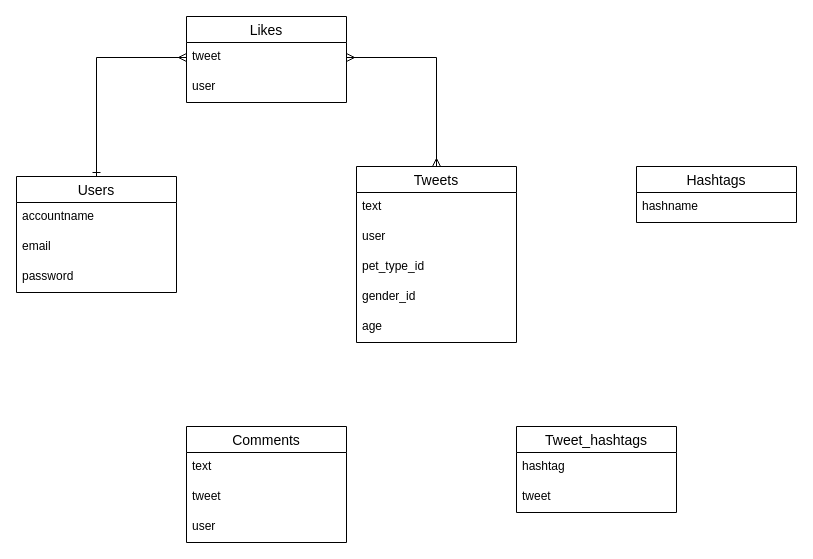
tomomi94/uchinoko-gram keeps this draw.io diagram as uchinoko-gram.dio. Above is the earlier version. Source tidied: cells renumbered, new cells numbered last; positions are measured from the earlier drawing's top-left corner, leaving out a move shared by most shapes. Both pictures are drawn from the tidied source at 100%, with x=0, y=0 at pixel (16, 16).
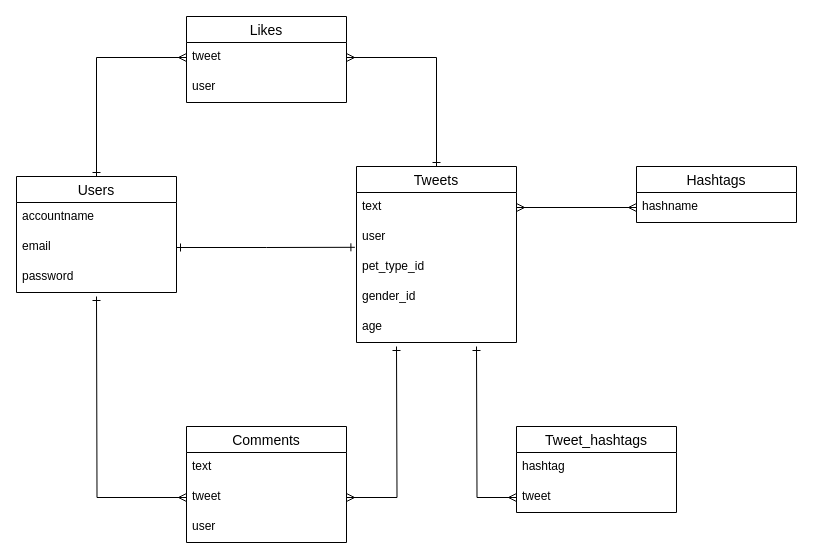
The same diagram, later.

Unchanged cells that the change refers to:
```xml
<mxCell id="3" value="tweet" style="text;strokeColor=none;fillColor=none;spacingLeft=4;spacingRight=4;overflow=hidden;points=[[0,0.5],[1,0.5]];portConstraint=eastwest;fontSize=12;" parent="2" vertex="1">
  <mxGeometry y="26" width="160" height="30" as="geometry" />
</mxCell>
<mxCell id="5" value="Tweets" style="swimlane;fontStyle=0;horizontal=1;startSize=26;align=center;fontSize=14;" parent="1" vertex="1">
  <mxGeometry x="340" y="150" width="160" height="176" as="geometry" />
</mxCell>
<mxCell id="6" value="text" style="text;strokeColor=none;fillColor=none;spacingLeft=4;spacingRight=4;overflow=hidden;points=[[0,0.5],[1,0.5]];portConstraint=eastwest;fontSize=12;" parent="5" vertex="1">
  <mxGeometry y="26" width="160" height="30" as="geometry" />
</mxCell>
<mxCell id="7" value="user" style="text;strokeColor=none;fillColor=none;spacingLeft=4;spacingRight=4;overflow=hidden;points=[[0,0.5],[1,0.5]];portConstraint=eastwest;fontSize=12;" parent="5" vertex="1">
  <mxGeometry y="56" width="160" height="30" as="geometry" />
</mxCell>
<mxCell id="12" value="hashname" style="text;strokeColor=none;fillColor=none;spacingLeft=4;spacingRight=4;overflow=hidden;points=[[0,0.5],[1,0.5]];portConstraint=eastwest;fontSize=12;" parent="11" vertex="1">
  <mxGeometry y="26" width="160" height="30" as="geometry" />
</mxCell>
<mxCell id="16" value="email" style="text;strokeColor=none;fillColor=none;spacingLeft=4;spacingRight=4;overflow=hidden;points=[[0,0.5],[1,0.5]];portConstraint=eastwest;fontSize=12;" parent="14" vertex="1">
  <mxGeometry y="56" width="160" height="30" as="geometry" />
</mxCell>
<mxCell id="20" value="tweet" style="text;strokeColor=none;fillColor=none;spacingLeft=4;spacingRight=4;overflow=hidden;points=[[0,0.5],[1,0.5]];portConstraint=eastwest;fontSize=12;" parent="18" vertex="1">
  <mxGeometry y="56" width="160" height="30" as="geometry" />
</mxCell>
<mxCell id="24" value="tweet" style="text;strokeColor=none;fillColor=none;spacingLeft=4;spacingRight=4;overflow=hidden;points=[[0,0.5],[1,0.5]];portConstraint=eastwest;fontSize=12;" parent="22" vertex="1">
  <mxGeometry y="56" width="160" height="30" as="geometry" />
</mxCell>
```

The edit, as a diff of the source:
```diff
@@
-    <mxCell id="25" style="edgeStyle=orthogonalEdgeStyle;rounded=0;jettySize=auto;html=1;exitX=1;exitY=0.5;exitDx=0;exitDy=0;entryX=0.5;entryY=0;entryDx=0;entryDy=0;startArrow=ERmany;startFill=0;endArrow=ERmany;endFill=0;" parent="1" edge="1" source="3" target="5">
+    <mxCell id="25" style="edgeStyle=orthogonalEdgeStyle;rounded=0;jettySize=auto;html=1;exitX=1;exitY=0.5;exitDx=0;exitDy=0;entryX=0.5;entryY=0;entryDx=0;entryDy=0;startArrow=ERmany;startFill=0;endArrow=ERone;endFill=0;" parent="1" edge="1" source="3" target="5">
       <mxGeometry relative="1" as="geometry" />
     </mxCell>
+    <mxCell id="26" style="edgeStyle=orthogonalEdgeStyle;rounded=0;jettySize=auto;html=1;exitX=0;exitY=0.5;exitDx=0;exitDy=0;startArrow=ERmany;startFill=0;endArrow=ERone;endFill=0;" parent="1" edge="1" source="20">
+      <mxGeometry relative="1" as="geometry">
+        <mxPoint x="80" y="280" as="targetPoint" />
+      </mxGeometry>
+    </mxCell>
+    <mxCell id="27" style="edgeStyle=orthogonalEdgeStyle;rounded=0;jettySize=auto;html=1;exitX=1;exitY=0.5;exitDx=0;exitDy=0;startArrow=ERmany;startFill=0;endArrow=ERone;endFill=0;" parent="1" edge="1" source="20">
+      <mxGeometry relative="1" as="geometry">
+        <mxPoint x="380" y="330" as="targetPoint" />
+      </mxGeometry>
+    </mxCell>
+    <mxCell id="28" style="edgeStyle=orthogonalEdgeStyle;rounded=0;jettySize=auto;html=1;exitX=0;exitY=0.5;exitDx=0;exitDy=0;startArrow=ERmany;startFill=0;endArrow=ERone;endFill=0;" parent="1" edge="1" source="24">
+      <mxGeometry relative="1" as="geometry">
+        <mxPoint x="460" y="330" as="targetPoint" />
+      </mxGeometry>
+    </mxCell>
+    <mxCell id="29" style="edgeStyle=orthogonalEdgeStyle;rounded=0;jettySize=auto;html=1;exitX=1;exitY=0.5;exitDx=0;exitDy=0;entryX=0;entryY=0.5;entryDx=0;entryDy=0;startArrow=ERmany;startFill=0;endArrow=ERmany;endFill=0;" parent="1" edge="1" source="6" target="12">
+      <mxGeometry relative="1" as="geometry" />
+    </mxCell>
+    <mxCell id="30" style="edgeStyle=orthogonalEdgeStyle;rounded=0;jettySize=auto;html=1;exitX=1;exitY=0.5;exitDx=0;exitDy=0;entryX=-0.01;entryY=0.827;entryDx=0;entryDy=0;entryPerimeter=0;startArrow=ERone;startFill=0;endArrow=ERone;endFill=0;" parent="1" edge="1" source="16" target="7">
+      <mxGeometry relative="1" as="geometry" />
+    </mxCell>
```
